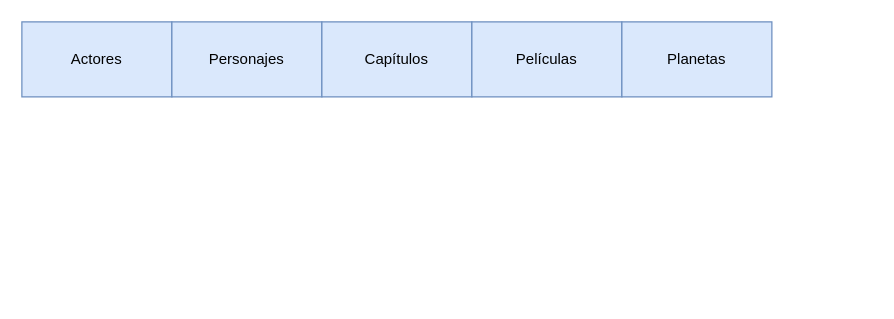
Above: tareas 1/star trek tarea Ud2 Entregalbe 3.drawio in GermanOjeda/base-datos (draw.io), before the change. Source tidied: cells renumbered, new cells numbered last; positions are measured from the earlier drawing's top-left corner, leaving out a move shared by most shapes. Both pictures are drawn from the tidied source at 125%, with x=0, y=0 at pixel (21, 21).
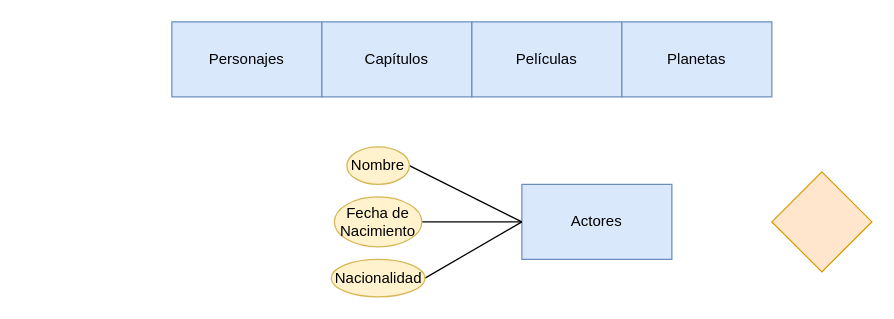
The same page after the edit.

Change to the diagram source:
```diff
@@
 <mxGraphModel>
   <root>
     <mxCell id="0" />
     <mxCell id="1" parent="0" />
     <mxCell id="2" value="Actores" style="rounded=0;whiteSpace=wrap;html=1;fillColor=#dae8fc;strokeColor=#6c8ebf;" parent="1" vertex="1">
-      <mxGeometry width="120" height="60" as="geometry" />
+      <mxGeometry x="400" y="130" width="120" height="60" as="geometry" />
     </mxCell>
     <mxCell id="3" value="Personajes" style="rounded=0;whiteSpace=wrap;html=1;fillColor=#dae8fc;strokeColor=#6c8ebf;" parent="1" vertex="1">
       <mxGeometry x="120" width="120" height="60" as="geometry" />
     </mxCell>
     <mxCell id="4" value="Capítulos" style="rounded=0;whiteSpace=wrap;html=1;fillColor=#dae8fc;strokeColor=#6c8ebf;" parent="1" vertex="1">
       <mxGeometry x="240" width="120" height="60" as="geometry" />
     </mxCell>
     <mxCell id="5" value="Películas" style="rounded=0;whiteSpace=wrap;html=1;fillColor=#dae8fc;strokeColor=#6c8ebf;" parent="1" vertex="1">
       <mxGeometry x="360" width="120" height="60" as="geometry" />
     </mxCell>
     <mxCell id="6" value="Planetas" style="rounded=0;whiteSpace=wrap;html=1;fillColor=#dae8fc;strokeColor=#6c8ebf;" parent="1" vertex="1">
       <mxGeometry x="480" width="120" height="60" as="geometry" />
     </mxCell>
+    <mxCell id="7" style="rounded=0;jettySize=auto;html=1;exitX=1;exitY=0.5;exitDx=0;exitDy=0;entryX=0;entryY=0.5;entryDx=0;entryDy=0;endArrow=none;endFill=0;" parent="1" edge="1" source="8" target="2">
+      <mxGeometry relative="1" as="geometry" />
+    </mxCell>
+    <mxCell id="8" value="Nombre" style="ellipse;whiteSpace=wrap;html=1;fillColor=#fff2cc;strokeColor=#d6b656;" parent="1" vertex="1">
+      <mxGeometry x="260" y="100" width="50" height="30" as="geometry" />
+    </mxCell>
+    <mxCell id="9" style="rounded=0;jettySize=auto;html=1;entryX=0;entryY=0.5;entryDx=0;entryDy=0;endArrow=none;endFill=0;" parent="1" edge="1" source="10" target="2">
+      <mxGeometry relative="1" as="geometry" />
+    </mxCell>
+    <mxCell id="10" value="Fecha de Nacimiento" style="ellipse;whiteSpace=wrap;html=1;fillColor=#fff2cc;strokeColor=#d6b656;" parent="1" vertex="1">
+      <mxGeometry x="250" y="140" width="70" height="40" as="geometry" />
+    </mxCell>
+    <mxCell id="11" style="rounded=0;jettySize=auto;html=1;exitX=1;exitY=0.5;exitDx=0;exitDy=0;entryX=0;entryY=0.5;entryDx=0;entryDy=0;endArrow=none;endFill=0;" parent="1" edge="1" source="12" target="2">
+      <mxGeometry relative="1" as="geometry" />
+    </mxCell>
+    <mxCell id="12" value="Nacionalidad" style="ellipse;whiteSpace=wrap;html=1;fillColor=#fff2cc;strokeColor=#d6b656;" parent="1" vertex="1">
+      <mxGeometry x="247.5" y="190" width="75" height="30" as="geometry" />
+    </mxCell>
+    <mxCell id="13" style="rhombus;whiteSpace=wrap;html=1;fillColor=#ffe6cc;strokeColor=#d79b00;" parent="1" vertex="1">
+      <mxGeometry x="600" y="120" width="80" height="80" as="geometry" />
+    </mxCell>
   </root>
 </mxGraphModel>
```
